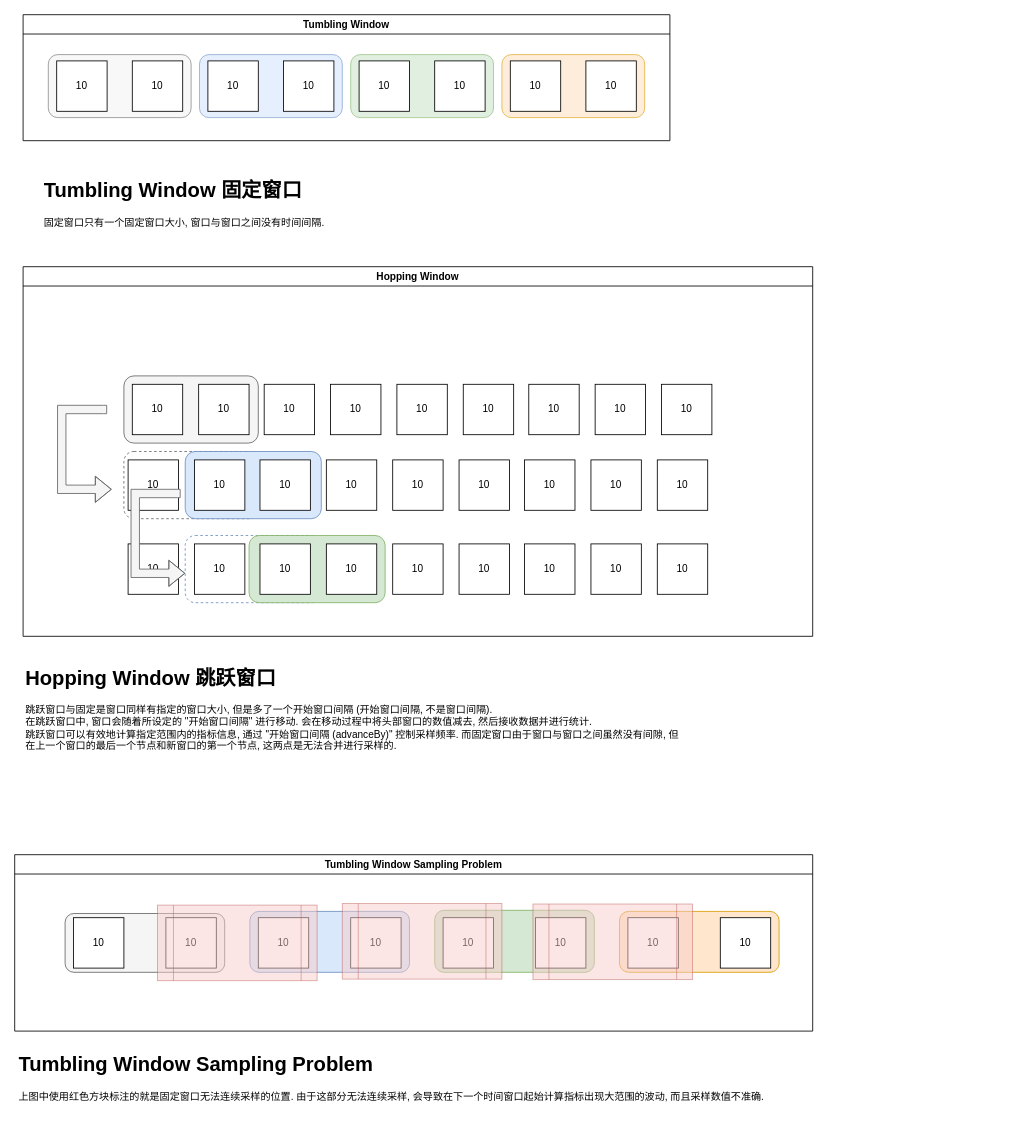
Before: kafka/stream/Kafka-Smaping-Window.drawio in LJiangTao/drawio, a draw.io diagram. Source tidied: cells renumbered, new cells numbered last; positions are measured from the earlier drawing's top-left corner, leaving out a move shared by most shapes. Both pictures are drawn from the tidied source at 84%, with x=0, y=0 at pixel (14, 14).
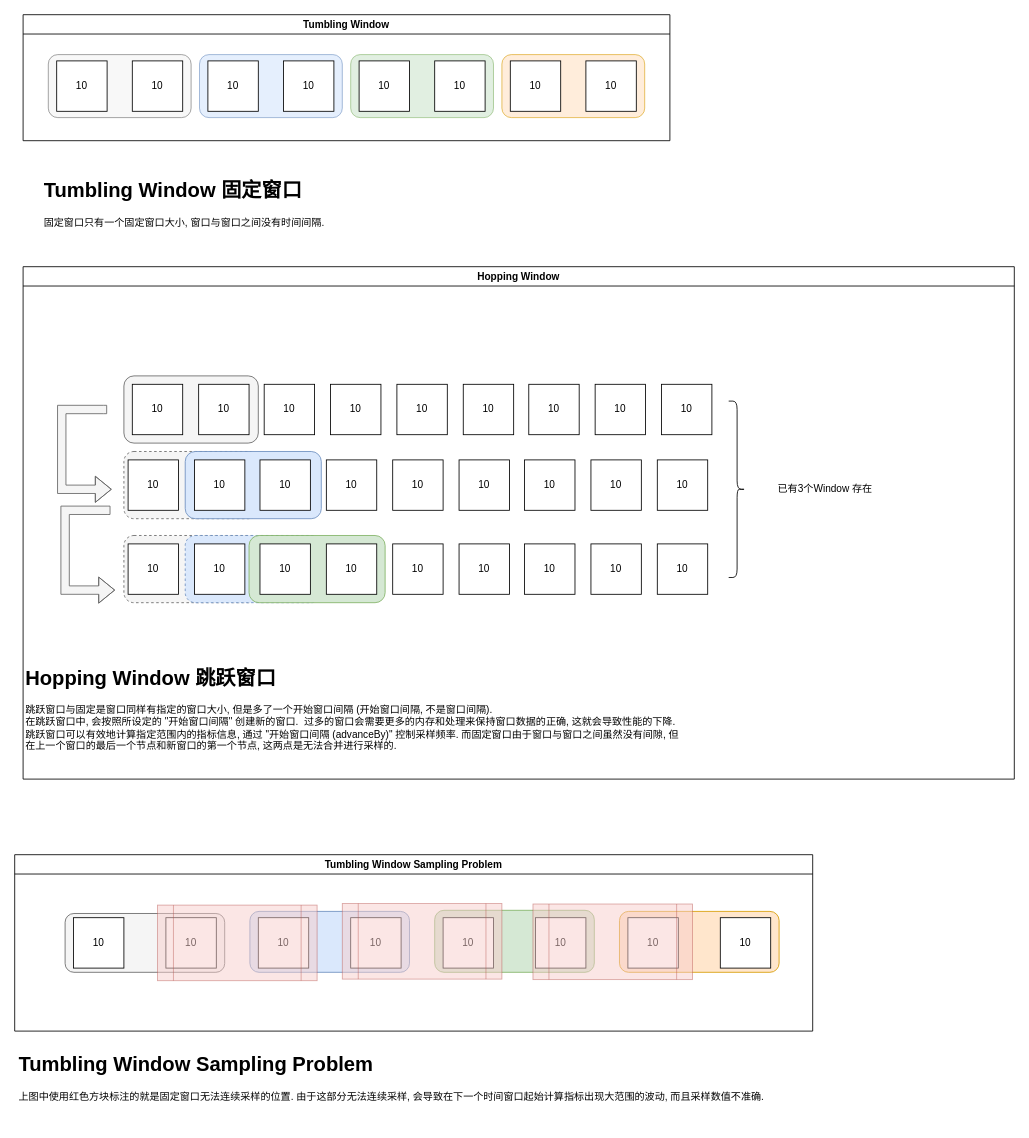
The same page after the edit.

What changed in the source:
```diff
@@
     <mxCell id="16" value="Hopping Window" style="swimlane;whiteSpace=wrap;html=1;" parent="1" vertex="1">
-      <mxGeometry x="10" y="300" width="940" height="440" as="geometry" />
+      <mxGeometry x="10" y="300" width="1180" height="610" as="geometry" />
     </mxCell>
+    <mxCell id="69" style="rounded=1;whiteSpace=wrap;html=1;fillColor=#f5f5f5;fontColor=#333333;strokeColor=#666666;dashed=1;" parent="16" vertex="1">
+      <mxGeometry x="120" y="320" width="160" height="80" as="geometry" />
+    </mxCell>
-    <mxCell id="17" style="rounded=1;whiteSpace=wrap;html=1;fillColor=none;strokeColor=#6c8ebf;dashed=1;" parent="16" vertex="1">
+    <mxCell id="17" style="rounded=1;whiteSpace=wrap;html=1;fillColor=#dae8fc;strokeColor=#6c8ebf;dashed=1;" parent="16" vertex="1">
       <mxGeometry x="193" y="320" width="162" height="80" as="geometry" />
     </mxCell>
@@
-    <mxCell id="19" style="rounded=1;whiteSpace=wrap;html=1;fillColor=none;fontColor=#333333;strokeColor=#666666;dashed=1;" parent="16" vertex="1">
+    <mxCell id="19" style="rounded=1;whiteSpace=wrap;html=1;fillColor=#f5f5f5;fontColor=#333333;strokeColor=#666666;dashed=1;" parent="16" vertex="1">
       <mxGeometry x="120" y="220" width="160" height="80" as="geometry" />
     </mxCell>
@@
     <mxCell id="50" style="edgeStyle=orthogonalEdgeStyle;rounded=0;orthogonalLoop=1;jettySize=auto;html=1;shape=flexArrow;fillColor=#f5f5f5;strokeColor=#666666;" parent="16" edge="1">
       <mxGeometry relative="1" as="geometry">
-        <mxPoint x="187.5" y="270" as="sourcePoint" />
-        <mxPoint x="193" y="365" as="targetPoint" />
+        <mxPoint x="104" y="290" as="sourcePoint" />
+        <mxPoint x="109.5" y="385" as="targetPoint" />
         <Array as="points">
-          <mxPoint x="183.5" y="270" />
-          <mxPoint x="133.5" y="270" />
-          <mxPoint x="133.5" y="365" />
+          <mxPoint x="100" y="290" />
+          <mxPoint x="50" y="290" />
+          <mxPoint x="50" y="385" />
         </Array>
       </mxGeometry>
     </mxCell>
+    <mxCell id="70" style="shape=curlyBracket;whiteSpace=wrap;html=1;rounded=1;flipH=1;labelPosition=right;verticalLabelPosition=middle;align=left;verticalAlign=middle;" parent="16" vertex="1">
+      <mxGeometry x="840" y="160" width="20" height="210" as="geometry" />
+    </mxCell>
+    <mxCell id="71" value="已有3个Window 存在" style="text;html=1;strokeColor=none;fillColor=none;align=center;verticalAlign=middle;whiteSpace=wrap;rounded=0;" parent="16" vertex="1">
+      <mxGeometry x="890" y="250" width="130" height="30" as="geometry" />
+    </mxCell>
-    <mxCell id="51" value="&lt;h1&gt;Hopping Window 跳跃窗口&lt;/h1&gt;&lt;div&gt;跳跃窗口与固定是窗口同样有指定的窗口大小, 但是多了一个开始窗口间隔 (开始窗口间隔, 不是窗口间隔).&lt;/div&gt;&lt;div&gt;在跳跃窗口中, 窗口会随着所设定的 &quot;开始窗口间隔&quot; 进行移动. 会在移动过程中将头部窗口的数值减去, 然后接收数据并进行统计.&lt;/div&gt;&lt;div&gt;跳跃窗口可以有效地计算指定范围内的指标信息, 通过 &quot;开始窗口间隔 (advanceBy)&quot; 控制采样频率. 而固定窗口由于窗口与窗口之间虽然没有间隙, 但在上一个窗口的最后一个节点和新窗口的第一个节点, 这两点是无法合并进行采样的.&lt;/div&gt;" style="text;html=1;strokeColor=none;fillColor=none;spacing=5;spacingTop=-20;whiteSpace=wrap;overflow=hidden;rounded=0;" parent="1" vertex="1">
+    <mxCell id="51" value="&lt;h1&gt;Hopping Window 跳跃窗口&lt;/h1&gt;&lt;div&gt;跳跃窗口与固定是窗口同样有指定的窗口大小, 但是多了一个开始窗口间隔 (开始窗口间隔, 不是窗口间隔).&lt;/div&gt;&lt;div&gt;在跳跃窗口中, 会按照所设定的 &quot;开始窗口间隔&quot; 创建新的窗口.&amp;nbsp; 过多的窗口会需要更多的内存和处理来保持窗口数据的正确, 这就会导致性能的下降.&lt;/div&gt;&lt;div&gt;跳跃窗口可以有效地计算指定范围内的指标信息, 通过 &quot;开始窗口间隔 (advanceBy)&quot; 控制采样频率. 而固定窗口由于窗口与窗口之间虽然没有间隙, 但在上一个窗口的最后一个节点和新窗口的第一个节点, 这两点是无法合并进行采样的.&lt;/div&gt;" style="text;html=1;strokeColor=none;fillColor=none;spacing=5;spacingTop=-20;whiteSpace=wrap;overflow=hidden;rounded=0;" parent="1" vertex="1">
       <mxGeometry x="8" y="770" width="790" height="120" as="geometry" />
     </mxCell>
```
